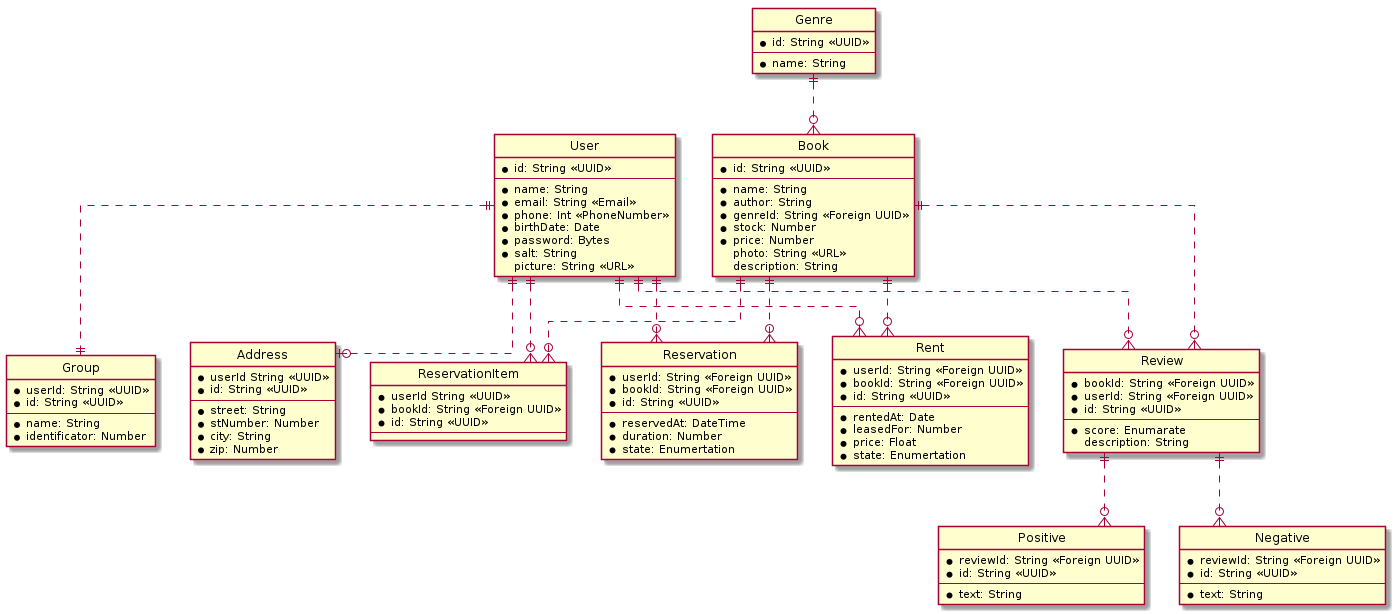
This is Diagrams/library.png from Qas1modo/PV179-forked-old, a PlantUML export, as it was before one commit.
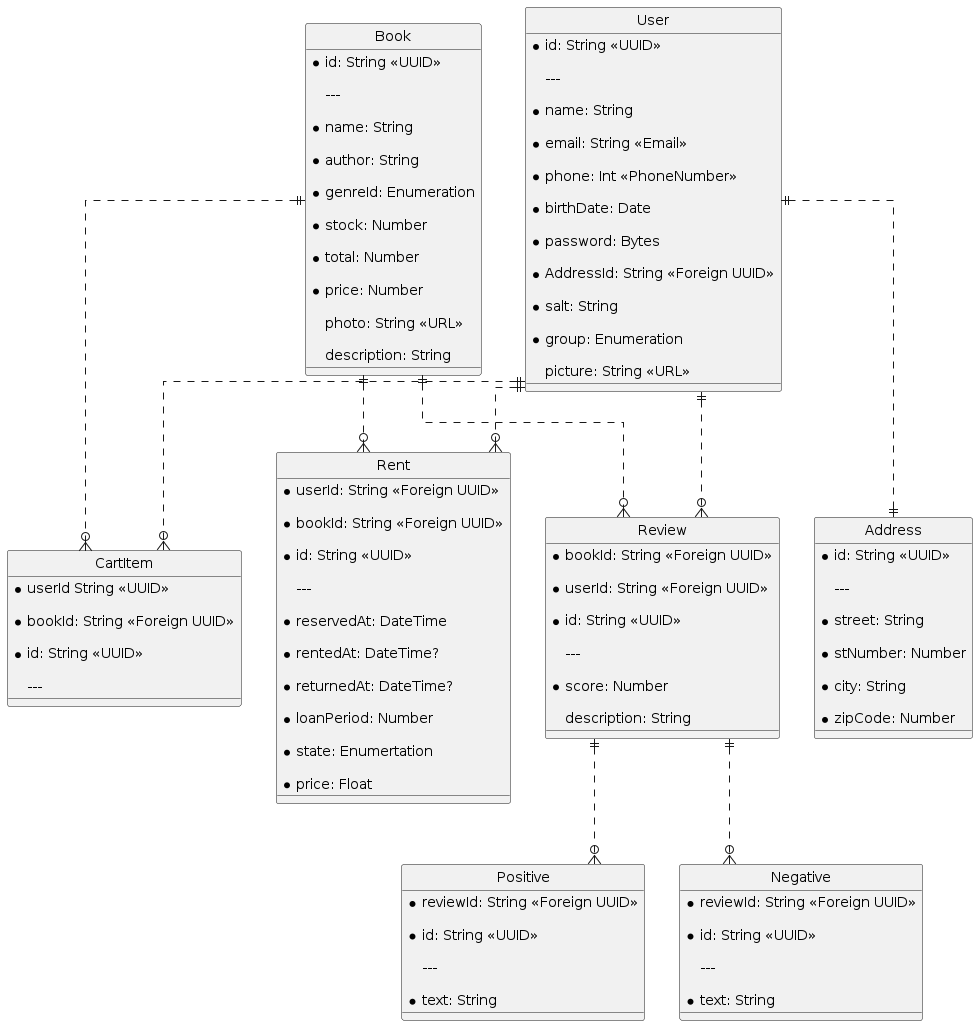
After the change.

Commit message:
correction of diagram image corrupted during merge

The edit, as a diff of the source:
```diff
@@ -1,118 +1,175 @@
-@startuml library
+@startuml
+hide circle
 
-hide circle
 skinparam Linetype ortho
 
+
 entity User {
+
     *id: String <<UUID>>
+
     ---
+
     *name: String
+
     *email: String <<Email>>
+
     *phone: Int <<PhoneNumber>>
+
     *birthDate: Date
+
     *password: Bytes
+
+    *AddressId: String <<Foreign UUID>>
+
     *salt: String
+
+    *group: Enumeration
+
     picture: String <<URL>>
+
 }
 
-entity Group {
-    *userId: String <<UUID>>
+
+entity CartItem {
+
+    *userId String <<UUID>>
+
+    *bookId: String <<Foreign UUID>>
+
     *id: String <<UUID>>
+
     ---
-    *name: String
-    *identificator: Number
+
 }
 
-entity ReservationItem {
-    *userId String <<UUID>>
-    *bookId: String <<Foreign UUID>>
+
+entity Address {
+
     *id: String <<UUID>>
+
     ---
+
+    *street: String
+
+    *stNumber: Number
+
+    *city: String
+
+    *zipCode: Number
+
 }
 
-entity Address {
-    *userId String <<UUID>>
+
+entity Book {
+
     *id: String <<UUID>>
+
     ---
-    *street: String
-    *stNumber: Number
-    *city: String
-    *zip: Number
+
+    *name: String
+
+    *author: String
+
+    *genreId: Enumeration
+
+    *stock: Number
+
+    *total: Number
+
+    *price: Number
+
+    photo: String <<URL>>
+
+    description: String
+
 }
 
-entity Book {
+
+entity Rent {
+
+    *userId: String <<Foreign UUID>>
+
+    *bookId: String <<Foreign UUID>>
+
     *id: String <<UUID>>
+
     ---
-    *name: String
-    *author: String
-    *genreId: String <<Foreign UUID>>
-    *stock: Number
-    *price: Number
-    photo: String <<URL>>
-    description: String
+
+    *reservedAt: DateTime
+
+    *rentedAt: DateTime?
+
+    *returnedAt: DateTime?
+
+    *loanPeriod: Number
+
+    *state: Enumertation
+
+    *price: Float
+
 }
 
-entity Genre {
+
+entity Review {
+
+    *bookId: String <<Foreign UUID>>
+
+    *userId: String <<Foreign UUID>>
+
     *id: String <<UUID>>
+
     ---
-    *name: String
+
+    *score: Number
+
+    description: String
+
 }
 
-entity Reservation {
-    *userId: String <<Foreign UUID>>
-    *bookId: String <<Foreign UUID>>
+
+
+entity Positive {
+
+    *reviewId: String <<Foreign UUID>>
+
     *id: String <<UUID>>
+
     ---
-    *reservedAt: DateTime
-    *duration: Number
-    *state: Enumertation
+
+    *text: String
+
 }
 
-entity Rent {
-    *userId: String <<Foreign UUID>>
-    *bookId: String <<Foreign UUID>>
+
+entity Negative {
+
+    *reviewId: String <<Foreign UUID>>
+
     *id: String <<UUID>>
+
     ---
-    *rentedAt: Date
-    *leasedFor: Number
-    *price: Float
-    *state: Enumertation
+
+    *text: String
+
 }
 
-entity Review {
-    *bookId: String <<Foreign UUID>>
-    *userId: String <<Foreign UUID>>
-    *id: String <<UUID>>
-    ---
-    *score: Enumarate
-    description: String
-}
 
-entity Positive {
-    *reviewId: String <<Foreign UUID>>
-    *id: String <<UUID>>
-    ---
-    *text: String
-}
+User ||..|| Address
 
-entity Negative {
-    *reviewId: String <<Foreign UUID>>
-    *id: String <<UUID>>
-    ---
-    *text: String
-}
+User ||..o{ CartItem
 
-User ||..o| Address
-User ||..|| Group
-User ||..o{ ReservationItem
-User ||..o{ Reservation
 User ||..o{ Rent
+
 User ||..o{ Review
+
 Book ||..o{ Review
+
 Book ||..o{ Rent
-Genre ||..o{ Book
-Book ||..o{ ReservationItem
-Book ||..o{ Reservation
+
+Book ||..o{ CartItem
+
 Review ||..o{ Positive
+
 Review ||..o{ Negative
 @enduml
```
